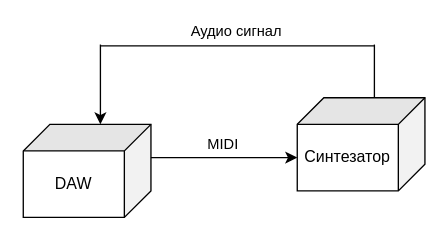
Earlier version of the draw.io diagram Document/Диаграмма архетиктуры.drawio (VasilevIvanVladimirovich/Software-Development-Technologies-Course). Source tidied: cells renumbered, new cells numbered last; positions are measured from the earlier drawing's top-left corner, leaving out a move shared by most shapes. Both pictures are drawn from the tidied source at 133%, with x=0, y=0 at pixel (23, 44).
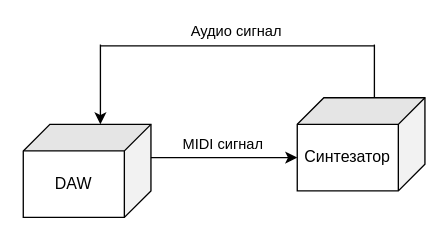
After the change.

The edit, as a diff of the source:
```diff
@@
 <mxGraphModel>
   <root>
     <mxCell id="0" />
     <mxCell id="1" parent="0" />
     <mxCell id="2" value="DAW" style="shape=cube;whiteSpace=wrap;html=1;boundedLbl=1;backgroundOutline=1;darkOpacity=0.05;darkOpacity2=0.1;size=20;direction=south;" parent="1" vertex="1">
       <mxGeometry y="60" width="96" height="70" as="geometry" />
     </mxCell>
     <mxCell id="3" value="Синтезатор" style="shape=cube;whiteSpace=wrap;html=1;boundedLbl=1;backgroundOutline=1;darkOpacity=0.05;darkOpacity2=0.1;size=20;direction=south;" parent="1" vertex="1">
       <mxGeometry x="206" y="40" width="96" height="70" as="geometry" />
     </mxCell>
-    <mxCell id="4" value="MIDI&lt;br&gt;" style="endArrow=classic;html=1;exitX=0;exitY=0;exitDx=25;exitDy=0;exitPerimeter=0;entryX=0;entryY=0;entryDx=45;entryDy=96;entryPerimeter=0;" parent="1" edge="1" source="2" target="3">
+    <mxCell id="4" value="MIDI сигнал&lt;br&gt;" style="endArrow=classic;html=1;exitX=0;exitY=0;exitDx=25;exitDy=0;exitPerimeter=0;entryX=0;entryY=0;entryDx=45;entryDy=96;entryPerimeter=0;" parent="1" edge="1" source="2" target="3">
       <mxGeometry x="-0.02" y="10" relative="1" as="geometry" />
     </mxCell>
     <mxCell id="5" style="endArrow=none;html=1;exitX=0;exitY=0;exitDx=0;exitDy=38;exitPerimeter=0;" parent="1" edge="1" source="3">
       <mxGeometry relative="1" as="geometry">
         <mxPoint x="264" as="targetPoint" />
       </mxGeometry>
     </mxCell>
     <mxCell id="6" value="Аудио сигнал" style="endArrow=none;html=1;" parent="1" edge="1">
       <mxGeometry x="-0.01" y="11" relative="1" as="geometry">
         <mxPoint x="58" y="1" as="sourcePoint" />
         <mxPoint x="264" y="1" as="targetPoint" />
       </mxGeometry>
     </mxCell>
     <mxCell id="7" style="endArrow=classic;html=1;entryX=0;entryY=0;entryDx=0;entryDy=38;entryPerimeter=0;" parent="1" edge="1" target="2">
       <mxGeometry relative="1" as="geometry">
         <mxPoint x="58" as="sourcePoint" />
       </mxGeometry>
     </mxCell>
   </root>
 </mxGraphModel>
```
